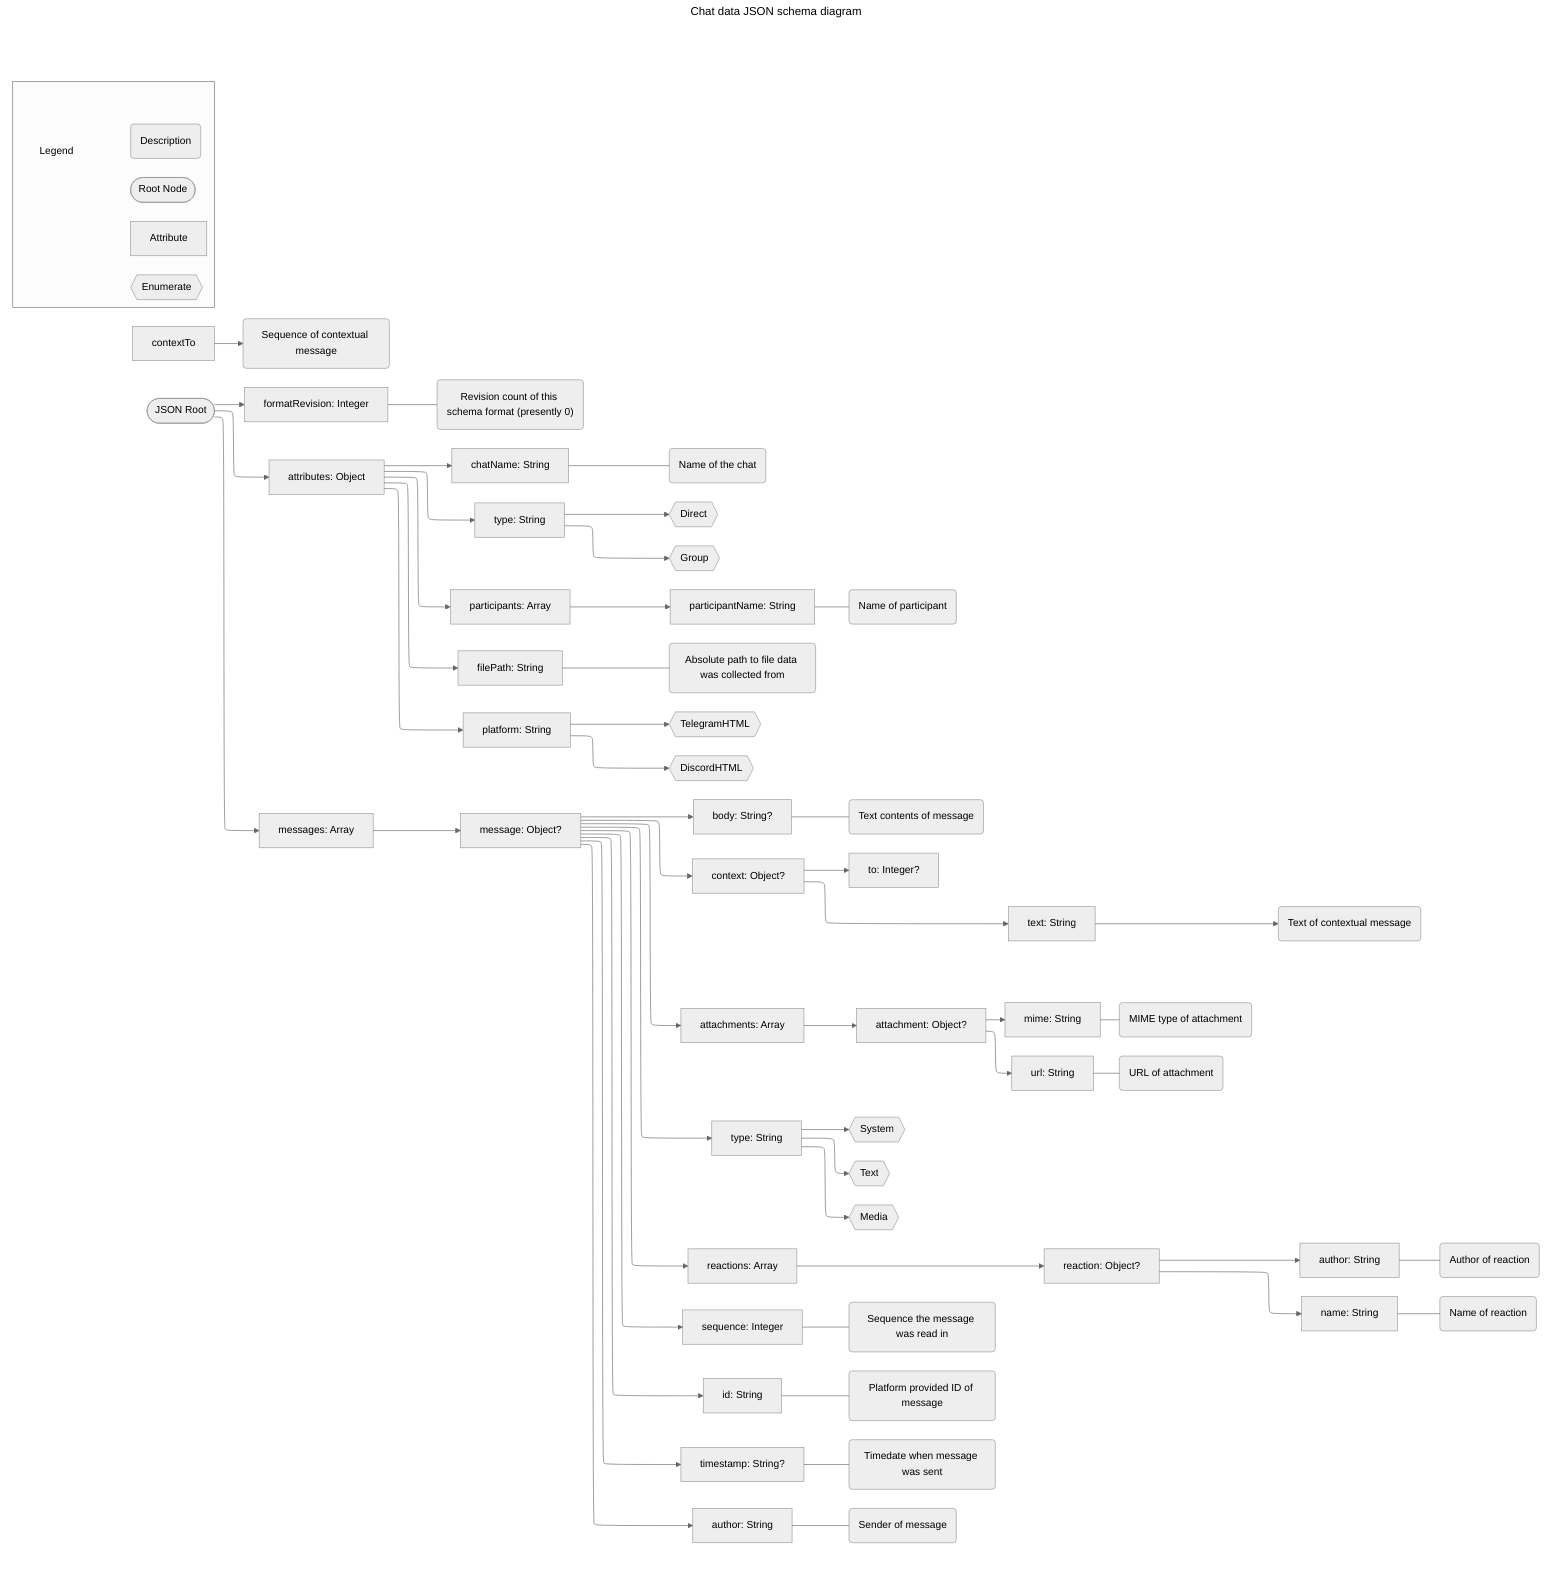
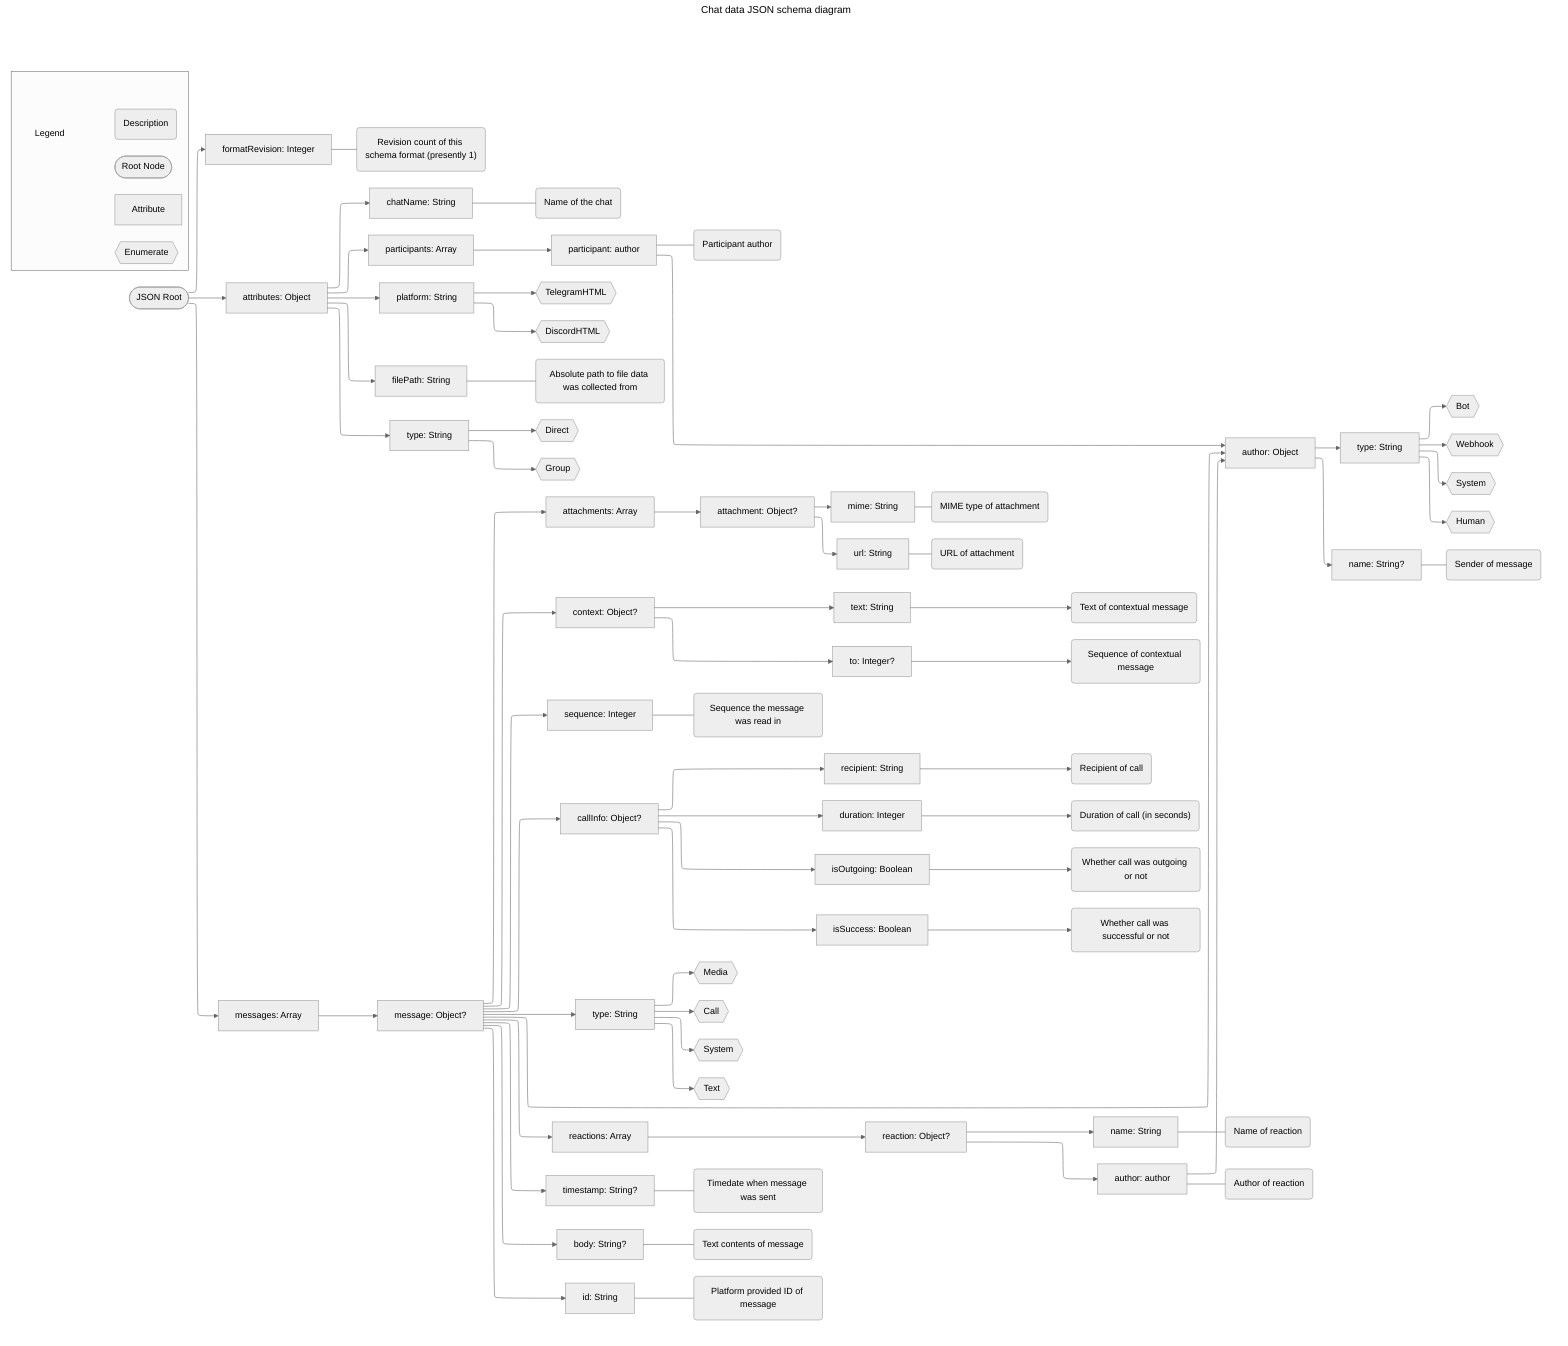
---
title: Chat data JSON schema diagram
config:
  layout: elk
  theme: neutral
---

flowchart LR
    subgraph main[ ]
        style main fill:none,stroke:none,color:#777
        JSON([JSON Root]) --> formatRevision["formatRevision: Integer"]
-             formatRevision --- formatRevision1("Revision count of this schema format (presently 0)")
+             formatRevision --- formatRevision1("Revision count of this schema format (presently 1)")
        JSON([JSON Root]) --> attributes["attributes: Object"]
            attributes --> platform["platform: String"]
                platform --> platform1{{"TelegramHTML"}}
                platform --> platform2{{"DiscordHTML"}}
            attributes --> chatName["chatName: String"]
                chatName --- chatName1("Name of the chat")
            attributes --> mainJsonType["type: String"]
                mainJsonType --> mainJsonType1{{"Direct"}}
                mainJsonType --> mainJsonType2{{"Group"}}
            attributes --> participants["participants: Array"]
-                 participants --> participantName["participantName: String"]
-                     participantName --- participantName1("Name of participant")
+                 participants --> participant["participant: author"]
+                     participant --> author
+                     participant --- participant1("Participant author")
            attributes --> filePath["filePath: String"]
                filePath --- filePath1("Absolute path to file data was collected from")
        JSON --> messages["messages: Array"]
            messages --> message["message: Object?"]
                message --> id["id: String"]
                    id --- id1("Platform provided ID of message")
                message --> sequence["sequence: Integer"]
                    sequence --- sequence1("Sequence the message was read in")
                message --> timestamp["timestamp: String?"]
                    timestamp --- timestamp1("Timedate when message was sent")
                message --> messageType["type: String"]
-                     messageType --> type1{{"Text"}}
-                     messageType --> type2{{"Media"}}
-                     messageType --> type3{{"System"}}
-                 message --> author["author: String"]
-                     author --- author1("Sender of message")
+                     messageType --> messageType1{{"Text"}}
+                     messageType --> messageType2{{"Media"}}
+                     messageType --> messageType3{{"System"}}
+                     messageType --> messageType4{{"Call"}}
+                 message --> author["author: Object"]
+                     author --> authorName["name: String?"]
+                         authorName --- authorName1("Sender of message")
+                     author --> authorType["type: String"]
+                         authorType --> authorType1{{"Human"}}
+                         authorType --> authorType2{{"Bot"}}
+                         authorType --> authorType3{{"System"}}
+                         authorType --> authorType4{{"Webhook"}}
                message --> body["body: String?"]
                    body --- body1("Text contents of message")
                message --> context["context: Object?"]
-                     context -->contextyTo["to: Integer?"]
+                     context -->contextTo["to: Integer?"]
                        contextTo --> contextTo1("Sequence of contextual message")
                    context --> contextText["text: String"]
                        contextText --> contextText1("Text of contextual message")
                message --> attachments["attachments: Array"]
                    subgraph attachmentsSubgraph[ ]
                        style attachmentsSubgraph fill:none,stroke:none
                        attachment --> attachmentMime["mime: String"]
                            attachmentMime --- attachmentMime1("MIME type of attachment")
                        attachment --> attachmentUrl["url: String"]
                            attachmentUrl --- attachmentUrl1("URL of attachment")
                    end
                    attachments --> attachment["attachment: Object?"]
                message --> reactions["reactions: Array"]
                    reactions --> reaction["reaction: Object?"]
                        reaction --> reactionName["name: String"]
                            reactionName --- reactionName1("Name of reaction")
-                         reaction --> reactionAuthor["author: String"]
+                         reaction --> reactionAuthor["author: author"]
+                             reactionAuthor --> author
                            reactionAuthor --- reactionAuthor1("Author of reaction")
+                 message --> callInfo["callInfo: Object?"]
+                     callInfo --> callRecipient["recipient: String"]
+                         callRecipient --> callRecipient1("Recipient of call")
+                     callInfo --> callDuration["duration: Integer"]
+                         callDuration --> callDuration1("Duration of call (in seconds)")
+                     callInfo --> callIsSuccess["isSuccess: Boolean"]
+                         callIsSuccess --> callIsSuccess1("Whether call was successful or not")
+                     callInfo --> callIsOutgoing["isOutgoing: Boolean"]
+                         callIsOutgoing --> callIsOutgoing1("Whether call was outgoing or not")
+                 %% To be implemented in next revision
+                 %% message --> forwarded["forwarded: message?"]
+                 %%     forwarded --> forwarded1("s")

        subgraph legend[ ]
            subroot["Legend"]
                style subroot fill:none,stroke:none
                subroot ~~~ root([Root Node])
                subroot ~~~ attribute["Attribute"]
                subroot ~~~ description("Description")
                subroot ~~~ enum{{"Enumerate"}}
        end
    end
